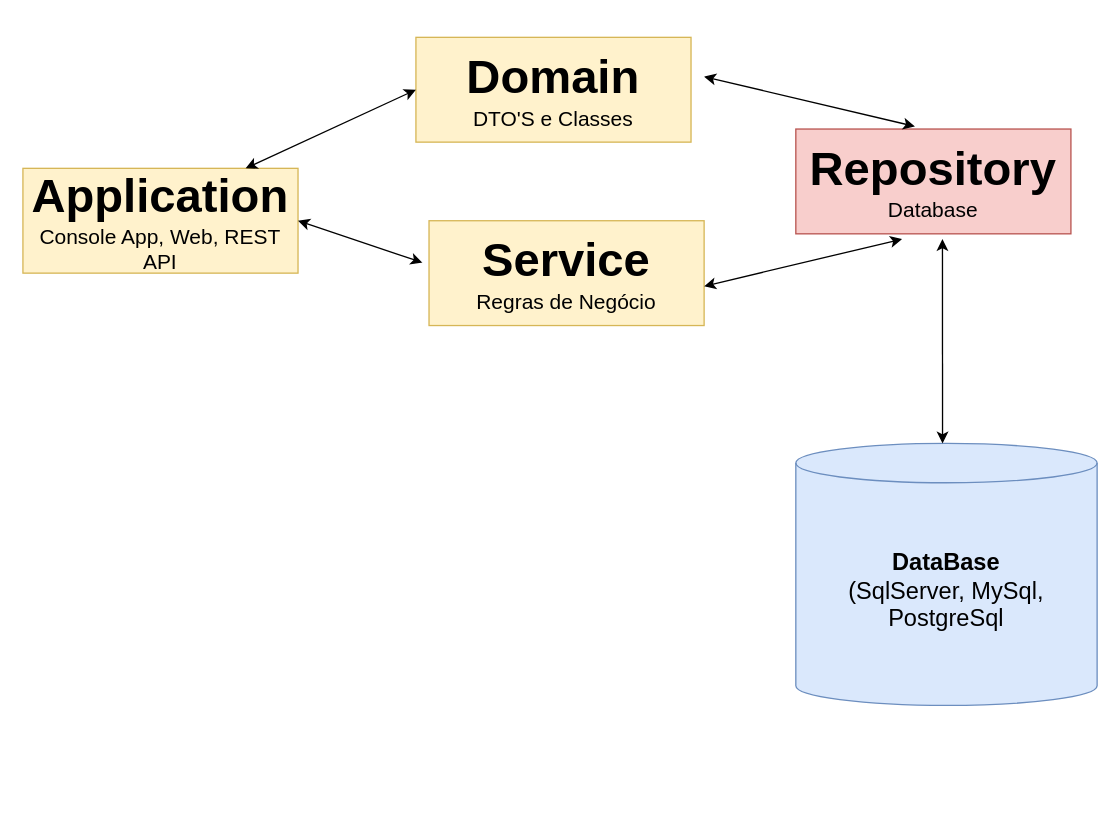
The draw.io diagram Modulo3-DataBase/Data/Database.drawio in evertonbastiani/TreinamentoAppelSoft, before the edit. Source tidied: cells renumbered, new cells numbered last; positions are measured from the earlier drawing's top-left corner, leaving out a move shared by most shapes. Both pictures are drawn from the tidied source at 131%, with x=0, y=0 at pixel (22, 37).
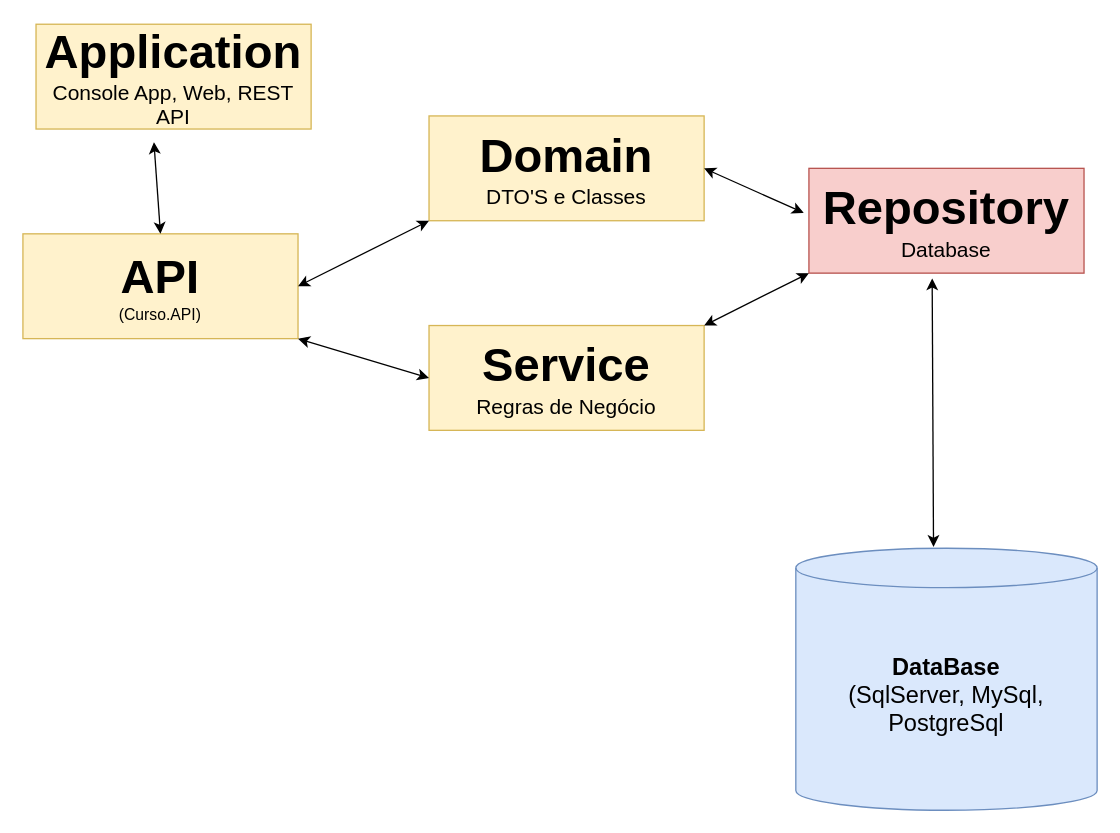
The same diagram, later.

The edit, as a diff of the source:
```diff
@@
 <mxGraphModel>
   <root>
     <mxCell id="0" />
     <mxCell id="1" parent="0" />
     <mxCell id="2" value="&lt;font style=&quot;&quot;&gt;&lt;span style=&quot;font-size: 36px;&quot;&gt;&lt;b&gt;Application&lt;/b&gt;&lt;/span&gt;&lt;br&gt;&lt;font size=&quot;3&quot;&gt;Console App, Web, REST API&lt;/font&gt;&lt;br&gt;&lt;/font&gt;" style="rounded=0;whiteSpace=wrap;html=1;fillColor=#fff2cc;strokeColor=#d6b656;" parent="1" vertex="1">
-      <mxGeometry y="100" width="210" height="80" as="geometry" />
+      <mxGeometry x="10" y="-10" width="210" height="80" as="geometry" />
     </mxCell>
     <mxCell id="3" value="&lt;font style=&quot;&quot;&gt;&lt;span style=&quot;font-size: 36px;&quot;&gt;&lt;b&gt;Domain&lt;/b&gt;&lt;br&gt;&lt;/span&gt;&lt;font size=&quot;3&quot;&gt;DTO'S e Classes&lt;/font&gt;&lt;br&gt;&lt;/font&gt;" style="rounded=0;whiteSpace=wrap;html=1;fillColor=#fff2cc;strokeColor=#d6b656;" parent="1" vertex="1">
-      <mxGeometry x="300" width="210" height="80" as="geometry" />
+      <mxGeometry x="310" y="60" width="210" height="80" as="geometry" />
     </mxCell>
     <mxCell id="4" value="&lt;font style=&quot;&quot;&gt;&lt;span style=&quot;font-size: 36px;&quot;&gt;&lt;b&gt;Repository&lt;/b&gt;&lt;/span&gt;&lt;br&gt;&lt;font size=&quot;3&quot;&gt;Database&lt;/font&gt;&lt;br&gt;&lt;/font&gt;" style="rounded=0;whiteSpace=wrap;html=1;fillColor=#f8cecc;strokeColor=#b85450;" parent="1" vertex="1">
-      <mxGeometry x="590" y="70" width="210" height="80" as="geometry" />
+      <mxGeometry x="600" y="100" width="210" height="80" as="geometry" />
     </mxCell>
     <mxCell id="5" value="&lt;font style=&quot;&quot;&gt;&lt;b&gt;&lt;span style=&quot;font-size: 36px;&quot;&gt;Service&lt;/span&gt;&lt;br&gt;&lt;/b&gt;&lt;font size=&quot;3&quot;&gt;Regras de Negócio&lt;/font&gt;&lt;br&gt;&lt;/font&gt;" style="rounded=0;whiteSpace=wrap;html=1;fillColor=#fff2cc;strokeColor=#d6b656;" parent="1" vertex="1">
-      <mxGeometry x="310" y="140" width="210" height="80" as="geometry" />
+      <mxGeometry x="310" y="220" width="210" height="80" as="geometry" />
     </mxCell>
-    <mxCell id="6" style="endArrow=classic;startArrow=classic;html=1;rounded=0;fontSize=18;" parent="1" edge="1">
-      <mxGeometry relative="1" as="geometry">
-        <mxPoint x="170" y="100" as="sourcePoint" />
-        <mxPoint x="300" y="40" as="targetPoint" />
-      </mxGeometry>
-    </mxCell>
-    <mxCell id="7" style="endArrow=classic;startArrow=classic;html=1;rounded=0;fontSize=18;entryX=-0.024;entryY=0.4;entryDx=0;entryDy=0;entryPerimeter=0;" parent="1" edge="1" target="5">
-      <mxGeometry relative="1" as="geometry">
-        <mxPoint x="210" y="140" as="sourcePoint" />
-      </mxGeometry>
-    </mxCell>
-    <mxCell id="8" style="endArrow=classic;startArrow=classic;html=1;rounded=0;fontSize=18;entryX=0.433;entryY=-0.025;entryDx=0;entryDy=0;entryPerimeter=0;" parent="1" edge="1" target="4">
-      <mxGeometry relative="1" as="geometry">
-        <mxPoint x="520" y="30" as="sourcePoint" />
-      </mxGeometry>
+    <mxCell id="8" style="endArrow=classic;startArrow=classic;html=1;rounded=0;fontSize=18;entryX=-0.019;entryY=0.425;entryDx=0;entryDy=0;entryPerimeter=0;exitX=1;exitY=0.5;exitDx=0;exitDy=0;exitPerimeter=0;" parent="1" edge="1" source="3" target="4">
+      <mxGeometry relative="1" as="geometry" />
     </mxCell>
-    <mxCell id="9" style="endArrow=classic;startArrow=classic;html=1;rounded=0;fontSize=18;entryX=0.386;entryY=1.05;entryDx=0;entryDy=0;entryPerimeter=0;" parent="1" edge="1" target="4">
-      <mxGeometry relative="1" as="geometry">
-        <mxPoint x="520" y="190" as="sourcePoint" />
-      </mxGeometry>
+    <mxCell id="9" style="endArrow=classic;startArrow=classic;html=1;rounded=0;fontSize=18;entryX=0;entryY=1;entryDx=0;entryDy=0;exitX=1;exitY=0;exitDx=0;exitDy=0;" parent="1" edge="1" source="5" target="4">
+      <mxGeometry relative="1" as="geometry" />
     </mxCell>
     <mxCell id="10" value="&lt;b&gt;DataBase&lt;/b&gt;&lt;br&gt;(SqlServer, MySql, PostgreSql" style="shape=cylinder3;whiteSpace=wrap;html=1;boundedLbl=1;backgroundOutline=1;size=15;fontSize=18;fillColor=#dae8fc;strokeColor=#6c8ebf;" parent="1" vertex="1">
-      <mxGeometry x="590" y="310" width="230" height="200" as="geometry" />
+      <mxGeometry x="590" y="390" width="230" height="200" as="geometry" />
     </mxCell>
-    <mxCell id="11" style="endArrow=classic;startArrow=classic;html=1;rounded=0;fontSize=18;entryX=0.533;entryY=1.05;entryDx=0;entryDy=0;entryPerimeter=0;" parent="1" edge="1" target="4">
-      <mxGeometry relative="1" as="geometry">
-        <mxPoint x="702" y="310" as="sourcePoint" />
-      </mxGeometry>
+    <mxCell id="11" style="endArrow=classic;startArrow=classic;html=1;rounded=0;fontSize=18;entryX=0.448;entryY=1.05;entryDx=0;entryDy=0;entryPerimeter=0;exitX=0.457;exitY=-0.005;exitDx=0;exitDy=0;exitPerimeter=0;" parent="1" edge="1" source="10" target="4">
+      <mxGeometry relative="1" as="geometry" />
     </mxCell>
+    <mxCell id="12" value="&lt;font style=&quot;&quot;&gt;&lt;span style=&quot;font-size: 36px;&quot;&gt;&lt;b&gt;API&lt;br&gt;&lt;/b&gt;&lt;/span&gt;(Curso.API)&lt;br&gt;&lt;/font&gt;" style="rounded=0;whiteSpace=wrap;html=1;fillColor=#fff2cc;strokeColor=#d6b656;" parent="1" vertex="1">
+      <mxGeometry y="150" width="210" height="80" as="geometry" />
+    </mxCell>
+    <mxCell id="13" style="endArrow=classic;startArrow=classic;html=1;rounded=0;exitX=0.5;exitY=0;exitDx=0;exitDy=0;" parent="1" edge="1" source="12">
+      <mxGeometry relative="1" as="geometry">
+        <mxPoint x="100" y="80" as="targetPoint" />
+      </mxGeometry>
+    </mxCell>
+    <mxCell id="14" style="endArrow=classic;startArrow=classic;html=1;rounded=0;entryX=0;entryY=1;entryDx=0;entryDy=0;" parent="1" edge="1" target="3">
+      <mxGeometry relative="1" as="geometry">
+        <mxPoint x="210" y="190" as="sourcePoint" />
+      </mxGeometry>
+    </mxCell>
+    <mxCell id="15" style="endArrow=classic;startArrow=classic;html=1;rounded=0;entryX=1;entryY=1;entryDx=0;entryDy=0;exitX=0;exitY=0.5;exitDx=0;exitDy=0;" parent="1" edge="1" source="5" target="12">
+      <mxGeometry relative="1" as="geometry" />
+    </mxCell>
   </root>
 </mxGraphModel>
```
